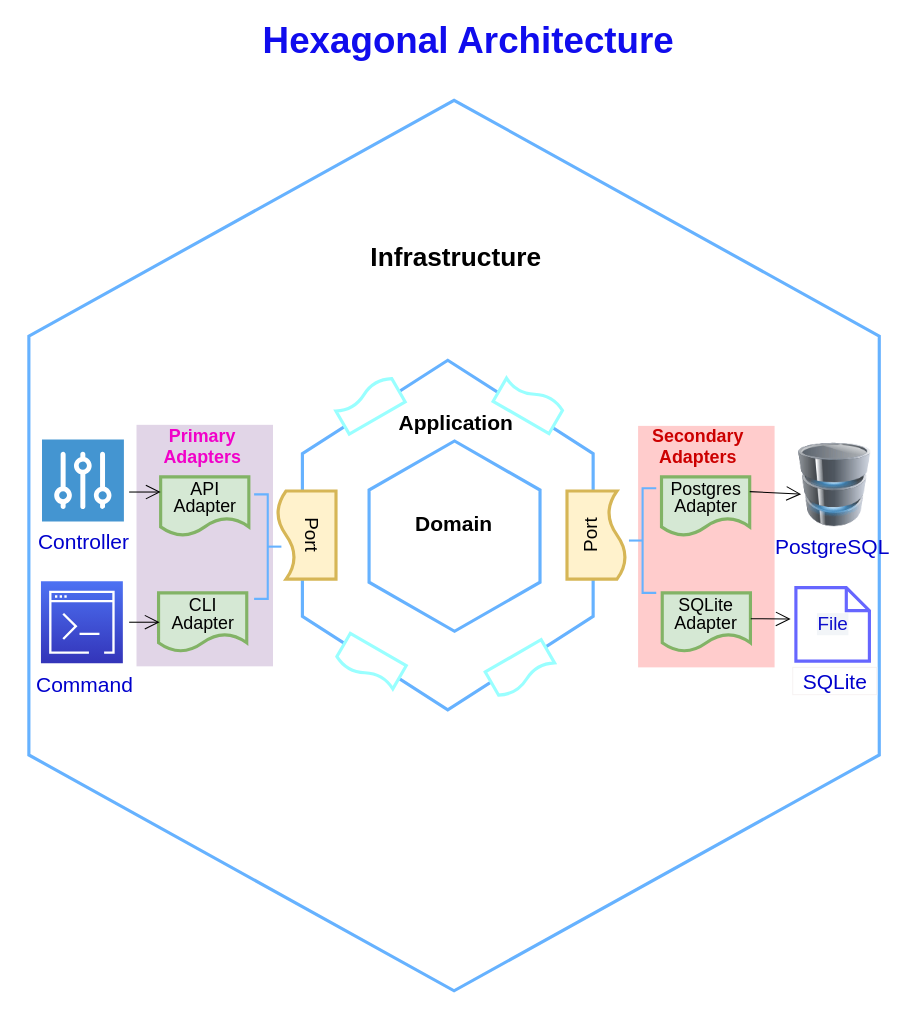
Above: page "hexagoanl" (2 of 2) of scrapper.drawio in shaam-codes/scrapper-docs (draw.io), before the change. Source tidied: cells renumbered, new cells numbered last; positions are measured from the earlier drawing's top-left corner, leaving out a move shared by most shapes. Both pictures are drawn from the tidied source at 105%, with x=0, y=0 at pixel (8, 17).
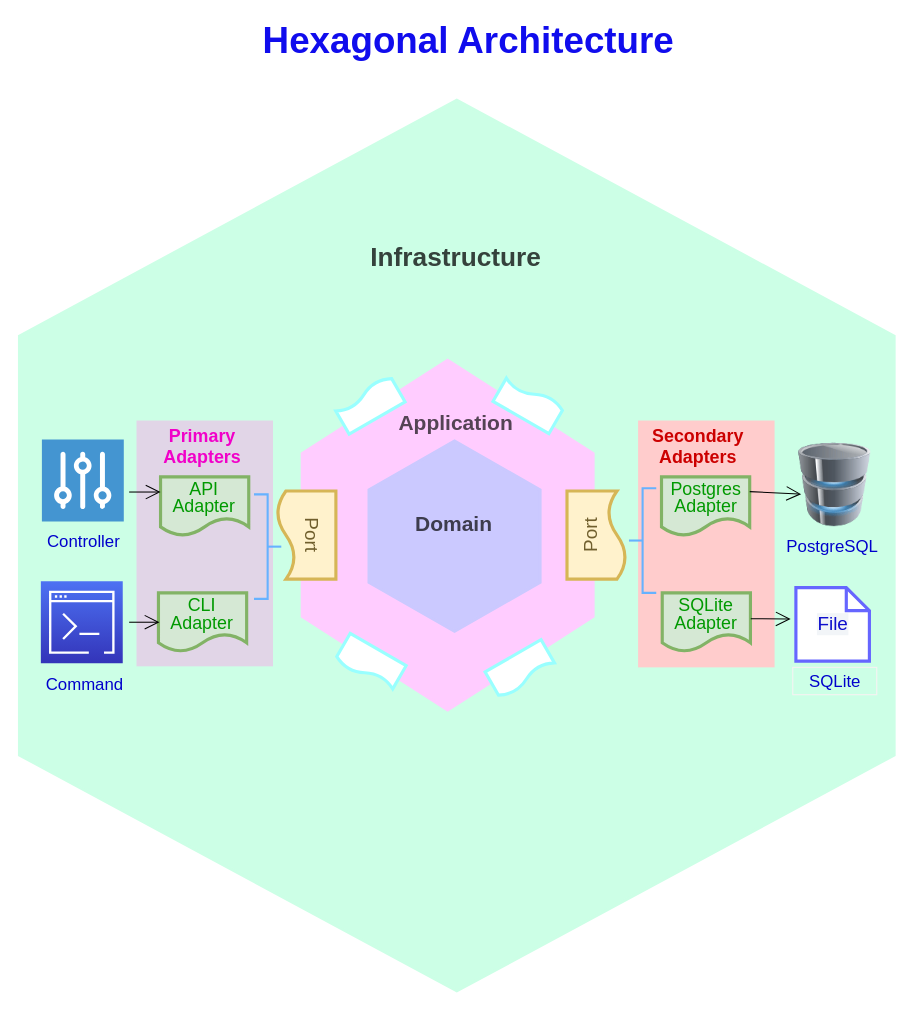
The same diagram, later.

Change to the diagram source:
```diff
@@
+    <mxCell id="5" style="shape=hexagon;perimeter=hexagonPerimeter2;whiteSpace=wrap;html=1;fixedSize=1;strokeColor=#CCFFE6;strokeWidth=3;fontSize=13;fillColor=#CCFFE6;gradientColor=none;rounded=0;rotation=90;size=224.57000000000016;" parent="1" vertex="1">
+      <mxGeometry x="2.5" y="86.6" width="848.1" height="832.9" as="geometry" />
+    </mxCell>
-    <mxCell id="2" style="group;" parent="1" vertex="1">
+    <mxCell id="2" style="group;fillColor=none;" parent="1" vertex="1">
       <mxGeometry x="19" y="79" width="809.9" height="848.1" as="geometry" />
     </mxCell>
+    <mxCell id="36" value="Hexagonal Architecture" style="text;align=center;fontStyle=1;verticalAlign=middle;spacingLeft=3;spacingRight=3;strokeColor=none;fontSize=35;fillColor=none;fontColor=#100ced;" parent="1" vertex="1">
+      <mxGeometry x="397.9" y="0.1" width="80" height="36" as="geometry" />
+    </mxCell>
+    <mxCell id="37" value="Command" style="text;align=center;fontStyle=0;verticalAlign=middle;spacingLeft=3;spacingRight=3;strokeColor=none;fontSize=16;fontColor=#0000CC;" parent="1" vertex="1">
+      <mxGeometry x="32.4" y="621.3" width="80" height="26" as="geometry" />
+    </mxCell>
-    <mxCell id="3" style="rounded=0;whiteSpace=wrap;html=1;strokeColor=none;strokeWidth=3;fontSize=17;fillColor=#ffcccc;" parent="2" vertex="1">
-      <mxGeometry x="580.2" y="310.1" width="130" height="230" as="geometry" />
+    <mxCell id="3" style="rounded=0;whiteSpace=wrap;html=1;strokeColor=none;strokeWidth=3;fontSize=17;fillColor=#ffcccc;" parent="1" vertex="1">
+      <mxGeometry x="599.2" y="384" width="130" height="235.1" as="geometry" />
     </mxCell>
-    <mxCell id="4" style="rounded=0;whiteSpace=wrap;html=1;strokeColor=none;strokeWidth=3;fontSize=17;fillColor=#e1d5e7;" parent="2" vertex="1">
-      <mxGeometry x="102.5" y="309.1" width="130" height="230" as="geometry" />
+    <mxCell id="4" style="rounded=0;whiteSpace=wrap;html=1;strokeColor=none;strokeWidth=3;fontSize=17;fillColor=#e1d5e7;" parent="1" vertex="1">
+      <mxGeometry x="121.5" y="384" width="130" height="234.1" as="geometry" />
     </mxCell>
-    <mxCell id="5" style="shape=hexagon;perimeter=hexagonPerimeter2;whiteSpace=wrap;html=1;fixedSize=1;strokeColor=#66B2FF;strokeWidth=3;fontSize=13;fillColor=none;gradientColor=none;rounded=0;rotation=90;size=224.57000000000016;" parent="2" vertex="1">
-      <mxGeometry x="-19.1" y="19.1" width="848.1" height="809.9" as="geometry" />
-    </mxCell>
-    <mxCell id="6" style="shape=hexagon;perimeter=hexagonPerimeter2;whiteSpace=wrap;html=1;fixedSize=1;strokeColor=#66B2FF;strokeWidth=3;fontSize=13;fillColor=none;gradientColor=none;rounded=0;rotation=90;size=88.92000000000007;" parent="2" vertex="1">
-      <mxGeometry x="232.5" y="275.6" width="332.9" height="276.9" as="geometry" />
+    <mxCell id="6" style="shape=hexagon;perimeter=hexagonPerimeter2;whiteSpace=wrap;html=1;fixedSize=1;strokeColor=#FFCCFF;strokeWidth=3;fontSize=13;fillColor=#FFCCFF;rounded=0;rotation=90;size=88.92000000000007;fontColor=#ffffff;" parent="1" vertex="1">
+      <mxGeometry x="251.4" y="354.6" width="332.9" height="276.9" as="geometry" />
     </mxCell>
-    <mxCell id="7" style="shape=hexagon;perimeter=hexagonPerimeter2;whiteSpace=wrap;html=1;fixedSize=1;strokeColor=#66B2FF;strokeWidth=3;fontSize=13;fillColor=none;gradientColor=none;rounded=0;rotation=90;size=46.700000000000045;" parent="2" vertex="1">
-      <mxGeometry x="314.8" y="333.7" width="181.2" height="162.8" as="geometry" />
+    <mxCell id="7" style="shape=hexagon;perimeter=hexagonPerimeter2;whiteSpace=wrap;html=1;fixedSize=1;strokeColor=#CBC9FF;strokeWidth=3;fontSize=13;fillColor=#CBC9FF;gradientColor=none;rounded=0;rotation=90;size=46.700000000000045;" parent="1" vertex="1">
+      <mxGeometry x="333.8" y="412.7" width="181.2" height="162.8" as="geometry" />
     </mxCell>
-    <mxCell id="8" value="Domain" style="text;align=center;fontStyle=1;verticalAlign=middle;spacingLeft=3;spacingRight=3;strokeColor=none;fontSize=20;" parent="2" vertex="1">
-      <mxGeometry x="365" y="388.7" width="80" height="26" as="geometry" />
+    <mxCell id="8" value="Domain" style="text;align=center;fontStyle=1;verticalAlign=middle;spacingLeft=3;spacingRight=3;strokeColor=none;fontSize=20;fontColor=#3D3C4D;" parent="1" vertex="1">
+      <mxGeometry x="383.9" y="467.7" width="80" height="26" as="geometry" />
     </mxCell>
-    <mxCell id="9" value="Application" style="text;align=center;fontStyle=1;verticalAlign=middle;spacingLeft=3;spacingRight=3;strokeColor=none;fontSize=20;" parent="2" vertex="1">
-      <mxGeometry x="367" y="287.1" width="80" height="36" as="geometry" />
+    <mxCell id="9" value="Application" style="text;align=center;fontStyle=1;verticalAlign=middle;spacingLeft=3;spacingRight=3;strokeColor=none;fontSize=20;fontColor=#544354;" parent="1" vertex="1">
+      <mxGeometry x="385.9" y="366.1" width="80" height="36" as="geometry" />
     </mxCell>
-    <mxCell id="10" value="&lt;p style=&quot;line-height: 100%; font-size: 17px;&quot;&gt;&lt;font style=&quot;font-size: 17px;&quot;&gt;API&lt;br&gt;Adapter&lt;/font&gt;&lt;/p&gt;" style="shape=document;whiteSpace=wrap;html=1;boundedLbl=1;rounded=0;strokeColor=#82b366;strokeWidth=3;fontSize=28;fillColor=#d5e8d4;" parent="2" vertex="1">
-      <mxGeometry x="125.5" y="358.7" width="84" height="56" as="geometry" />
+    <mxCell id="10" value="&lt;p style=&quot;line-height: 100%; font-size: 17px;&quot;&gt;&lt;font style=&quot;font-size: 17px;&quot;&gt;API&lt;br&gt;Adapter&lt;/font&gt;&lt;/p&gt;" style="shape=document;whiteSpace=wrap;html=1;boundedLbl=1;rounded=0;strokeColor=#82b366;strokeWidth=3;fontSize=28;fillColor=#d5e8d4;fontColor=#009900;" parent="1" vertex="1">
+      <mxGeometry x="144.4" y="437.7" width="84" height="56" as="geometry" />
     </mxCell>
-    <mxCell id="11" value="&lt;p style=&quot;line-height: 100%; font-size: 17px;&quot;&gt;&lt;font style=&quot;font-size: 17px;&quot;&gt;CLI&lt;br&gt;Adapter&lt;/font&gt;&lt;/p&gt;" style="shape=document;whiteSpace=wrap;html=1;boundedLbl=1;rounded=0;strokeColor=#82b366;strokeWidth=3;fontSize=28;fillColor=#d5e8d4;" parent="2" vertex="1">
-      <mxGeometry x="123.5" y="469.1" width="84" height="56" as="geometry" />
+    <mxCell id="11" value="&lt;p style=&quot;line-height: 100%; font-size: 17px;&quot;&gt;&lt;font color=&quot;#009900&quot; style=&quot;font-size: 17px;&quot;&gt;CLI&lt;br&gt;Adapter&lt;/font&gt;&lt;/p&gt;" style="shape=document;whiteSpace=wrap;html=1;boundedLbl=1;rounded=0;strokeColor=#82b366;strokeWidth=3;fontSize=28;fillColor=#d5e8d4;fontColor=#00CC00;" parent="1" vertex="1">
+      <mxGeometry x="142.4" y="548.1" width="84" height="56" as="geometry" />
     </mxCell>
-    <mxCell id="12" value="&lt;p style=&quot;line-height: 100%; font-size: 17px;&quot;&gt;&lt;font style=&quot;font-size: 17px;&quot;&gt;Postgres&lt;br&gt;Adapter&lt;/font&gt;&lt;/p&gt;" style="shape=document;whiteSpace=wrap;html=1;boundedLbl=1;rounded=0;strokeColor=#82b366;strokeWidth=3;fontSize=28;fillColor=#d5e8d4;" parent="2" vertex="1">
-      <mxGeometry x="602.5" y="358.7" width="84" height="56" as="geometry" />
+    <mxCell id="12" value="&lt;p style=&quot;line-height: 100%; font-size: 17px;&quot;&gt;&lt;font color=&quot;#009900&quot; style=&quot;font-size: 17px;&quot;&gt;Postgres&lt;br&gt;Adapter&lt;/font&gt;&lt;/p&gt;" style="shape=document;whiteSpace=wrap;html=1;boundedLbl=1;rounded=0;strokeColor=#82b366;strokeWidth=3;fontSize=28;fillColor=#d5e8d4;" parent="1" vertex="1">
+      <mxGeometry x="621.5" y="437.7" width="84" height="56" as="geometry" />
     </mxCell>
-    <mxCell id="13" value="&lt;p style=&quot;line-height: 100%; font-size: 17px;&quot;&gt;&lt;font style=&quot;font-size: 17px;&quot;&gt;SQLite&lt;br&gt;Adapter&lt;/font&gt;&lt;/p&gt;" style="shape=document;whiteSpace=wrap;html=1;boundedLbl=1;rounded=0;strokeColor=#82b366;strokeWidth=3;fontSize=28;fillColor=#d5e8d4;" parent="2" vertex="1">
-      <mxGeometry x="603.2" y="469.1" width="84" height="56" as="geometry" />
+    <mxCell id="13" value="&lt;p style=&quot;line-height: 100%; font-size: 17px;&quot;&gt;&lt;font color=&quot;#009900&quot; style=&quot;font-size: 17px;&quot;&gt;SQLite&lt;br&gt;Adapter&lt;/font&gt;&lt;/p&gt;" style="shape=document;whiteSpace=wrap;html=1;boundedLbl=1;rounded=0;strokeColor=#82b366;strokeWidth=3;fontSize=28;fillColor=#d5e8d4;" parent="1" vertex="1">
+      <mxGeometry x="622.2" y="548.1" width="84" height="56" as="geometry" />
     </mxCell>
-    <mxCell id="14" value="&lt;font style=&quot;font-size: 18px;&quot;&gt;Port&lt;br&gt;&lt;/font&gt;" style="shape=document;whiteSpace=wrap;html=1;boundedLbl=1;rounded=0;strokeColor=#d6b656;strokeWidth=3;fontSize=28;fillColor=#fff2cc;rotation=90;" parent="2" vertex="1">
-      <mxGeometry x="222.5" y="386.1" width="84" height="56" as="geometry" />
+    <mxCell id="14" value="&lt;font style=&quot;font-size: 18px;&quot;&gt;&lt;font color=&quot;#705f2d&quot;&gt;Port&lt;/font&gt;&lt;br&gt;&lt;/font&gt;" style="shape=document;whiteSpace=wrap;html=1;boundedLbl=1;rounded=0;strokeColor=#d6b656;strokeWidth=3;fontSize=28;fillColor=#fff2cc;rotation=90;" parent="1" vertex="1">
+      <mxGeometry x="241.4" y="465.1" width="84" height="56" as="geometry" />
     </mxCell>
-    <mxCell id="15" value="&lt;font style=&quot;font-size: 18px;&quot;&gt;Port&lt;br&gt;&lt;/font&gt;" style="shape=document;whiteSpace=wrap;html=1;boundedLbl=1;rounded=0;strokeColor=#d6b656;strokeWidth=3;fontSize=28;fillColor=#fff2cc;rotation=-90;" parent="2" vertex="1">
-      <mxGeometry x="498.5" y="386.1" width="84" height="56" as="geometry" />
+    <mxCell id="15" value="&lt;font style=&quot;font-size: 18px;&quot;&gt;&lt;font color=&quot;#705f2d&quot;&gt;Port&lt;/font&gt;&lt;br&gt;&lt;/font&gt;" style="shape=document;whiteSpace=wrap;html=1;boundedLbl=1;rounded=0;strokeColor=#d6b656;strokeWidth=3;fontSize=28;fillColor=#fff2cc;rotation=-90;" parent="1" vertex="1">
+      <mxGeometry x="517.5" y="465.1" width="84" height="56" as="geometry" />
     </mxCell>
-    <mxCell id="16" value="Infrastructure" style="text;align=center;fontStyle=1;verticalAlign=middle;spacingLeft=3;spacingRight=3;strokeColor=none;fontSize=25;" parent="2" vertex="1">
-      <mxGeometry x="367" y="129.1" width="80" height="36" as="geometry" />
+    <mxCell id="16" value="Infrastructure" style="text;align=center;fontStyle=1;verticalAlign=middle;spacingLeft=3;spacingRight=3;strokeColor=none;fontSize=25;fontColor=#35423C;" parent="1" vertex="1">
+      <mxGeometry x="385.9" y="208.1" width="80" height="36" as="geometry" />
     </mxCell>
-    <mxCell id="17" value="Primary&#10;Adapters" style="text;align=center;fontStyle=1;verticalAlign=middle;spacingLeft=3;spacingRight=3;strokeColor=none;fontSize=17;fontColor=#F100C9;" parent="2" vertex="1">
-      <mxGeometry x="125.5" y="315.1" width="80" height="26" as="geometry" />
+    <mxCell id="17" value="Primary&#10;Adapters" style="text;align=center;fontStyle=1;verticalAlign=middle;spacingLeft=3;spacingRight=3;strokeColor=none;fontSize=17;fontColor=#F100C9;" parent="1" vertex="1">
+      <mxGeometry x="144.4" y="394.1" width="80" height="26" as="geometry" />
     </mxCell>
-    <mxCell id="18" value="Secondary&#10;Adapters" style="text;align=center;fontStyle=1;verticalAlign=middle;spacingLeft=3;spacingRight=3;strokeColor=none;fontSize=17;fontColor=#CC0000;" parent="2" vertex="1">
-      <mxGeometry x="597.5" y="315.1" width="80" height="26" as="geometry" />
+    <mxCell id="18" value="Secondary&#10;Adapters" style="text;align=center;fontStyle=1;verticalAlign=middle;spacingLeft=3;spacingRight=3;strokeColor=none;fontSize=17;fontColor=#CC0000;" parent="1" vertex="1">
+      <mxGeometry x="616.5" y="394.1" width="80" height="26" as="geometry" />
     </mxCell>
-    <mxCell id="19" style="strokeWidth=2;html=1;shape=mxgraph.flowchart.annotation_2;align=left;labelPosition=right;rounded=0;labelBackgroundColor=#99CCFF;strokeColor=#66B2FF;fontSize=17;fontColor=#F10707;fillColor=#CCE5FF;gradientColor=none;" parent="2" vertex="1">
-      <mxGeometry x="571.5" y="369.5" width="26" height="99.6" as="geometry" />
+    <mxCell id="19" style="strokeWidth=2;html=1;shape=mxgraph.flowchart.annotation_2;align=left;labelPosition=right;rounded=0;labelBackgroundColor=#99CCFF;strokeColor=#66B2FF;fontSize=17;fontColor=#F10707;fillColor=#CCE5FF;gradientColor=none;" parent="1" vertex="1">
+      <mxGeometry x="590.5" y="448.5" width="26" height="99.6" as="geometry" />
     </mxCell>
-    <mxCell id="20" style="strokeWidth=2;html=1;shape=mxgraph.flowchart.annotation_2;align=left;labelPosition=right;rounded=0;labelBackgroundColor=#99CCFF;strokeColor=#66B2FF;fontSize=17;fontColor=#F10707;fillColor=#CCE5FF;gradientColor=none;rotation=-180;" parent="2" vertex="1">
-      <mxGeometry x="214.5" y="375.3" width="26" height="99.6" as="geometry" />
+    <mxCell id="20" style="strokeWidth=2;html=1;shape=mxgraph.flowchart.annotation_2;align=left;labelPosition=right;rounded=0;labelBackgroundColor=#99CCFF;strokeColor=#66B2FF;fontSize=17;fontColor=#F10707;fillColor=#CCE5FF;gradientColor=none;rotation=-180;" parent="1" vertex="1">
+      <mxGeometry x="233.4" y="454.3" width="26" height="99.6" as="geometry" />
     </mxCell>
-    <mxCell id="21" value="&lt;font style=&quot;&quot;&gt;&lt;br&gt;&lt;/font&gt;" style="shape=document;whiteSpace=wrap;html=1;boundedLbl=1;rounded=0;strokeColor=#99FFFF;strokeWidth=3;fontSize=28;fillColor=default;rotation=-210;fixDash=0;backgroundOutline=0;movableLabel=1;" parent="2" vertex="1">
-      <mxGeometry x="293.5" y="274.6" width="61.5" height="30" as="geometry">
+    <mxCell id="21" value="&lt;font style=&quot;&quot;&gt;&lt;br&gt;&lt;/font&gt;" style="shape=document;whiteSpace=wrap;html=1;boundedLbl=1;rounded=0;strokeColor=#99FFFF;strokeWidth=3;fontSize=28;fillColor=default;rotation=-210;fixDash=0;backgroundOutline=0;movableLabel=1;" parent="1" vertex="1">
+      <mxGeometry x="312.4" y="353.6" width="61.5" height="30" as="geometry">
         <mxPoint x="5" y="-8.7" as="offset" />
       </mxGeometry>
     </mxCell>
-    <mxCell id="22" value="&lt;font style=&quot;&quot;&gt;&lt;br&gt;&lt;/font&gt;" style="shape=document;whiteSpace=wrap;html=1;boundedLbl=1;rounded=0;strokeColor=#99FFFF;strokeWidth=3;fontSize=28;fillColor=default;rotation=30;fixDash=0;backgroundOutline=0;movableLabel=1;" parent="2" vertex="1">
-      <mxGeometry x="294.5" y="521.1" width="61.5" height="30" as="geometry">
+    <mxCell id="22" value="&lt;font style=&quot;&quot;&gt;&lt;br&gt;&lt;/font&gt;" style="shape=document;whiteSpace=wrap;html=1;boundedLbl=1;rounded=0;strokeColor=#99FFFF;strokeWidth=3;fontSize=28;fillColor=default;rotation=30;fixDash=0;backgroundOutline=0;movableLabel=1;" parent="1" vertex="1">
+      <mxGeometry x="313.4" y="600.1" width="61.5" height="30" as="geometry">
         <mxPoint x="5" y="-8.7" as="offset" />
       </mxGeometry>
     </mxCell>
-    <mxCell id="23" value="&lt;font style=&quot;&quot;&gt;&lt;br&gt;&lt;/font&gt;" style="shape=document;whiteSpace=wrap;html=1;boundedLbl=1;rounded=0;strokeColor=#99FFFF;strokeWidth=3;fontSize=28;fillColor=default;rotation=-30;fixDash=0;backgroundOutline=0;movableLabel=1;" parent="2" vertex="1">
-      <mxGeometry x="438" y="527.1" width="61.5" height="30" as="geometry">
+    <mxCell id="23" value="&lt;font style=&quot;&quot;&gt;&lt;br&gt;&lt;/font&gt;" style="shape=document;whiteSpace=wrap;html=1;boundedLbl=1;rounded=0;strokeColor=#99FFFF;strokeWidth=3;fontSize=28;fillColor=default;rotation=-30;fixDash=0;backgroundOutline=0;movableLabel=1;" parent="1" vertex="1">
+      <mxGeometry x="456.9" y="606.1" width="61.5" height="30" as="geometry">
         <mxPoint x="5" y="-8.7" as="offset" />
       </mxGeometry>
     </mxCell>
-    <mxCell id="24" value="&lt;font style=&quot;&quot;&gt;&lt;br&gt;&lt;/font&gt;" style="shape=document;whiteSpace=wrap;html=1;boundedLbl=1;rounded=0;strokeColor=#99FFFF;strokeWidth=3;fontSize=28;fillColor=default;rotation=-150;fixDash=0;backgroundOutline=0;movableLabel=1;" parent="2" vertex="1">
-      <mxGeometry x="445.5" y="274.1" width="61.5" height="30" as="geometry">
+    <mxCell id="24" value="&lt;font style=&quot;&quot;&gt;&lt;br&gt;&lt;/font&gt;" style="shape=document;whiteSpace=wrap;html=1;boundedLbl=1;rounded=0;strokeColor=#99FFFF;strokeWidth=3;fontSize=28;fillColor=default;rotation=-150;fixDash=0;backgroundOutline=0;movableLabel=1;" parent="1" vertex="1">
+      <mxGeometry x="464.4" y="353.1" width="61.5" height="30" as="geometry">
         <mxPoint x="5" y="-8.7" as="offset" />
       </mxGeometry>
     </mxCell>
-    <mxCell id="25" style="sketch=0;fontColor=#232F3E;gradientColor=#4D72F3;gradientDirection=north;fillColor=#3334B9;strokeColor=#ffffff;dashed=0;verticalLabelPosition=bottom;verticalAlign=top;align=center;html=1;fontSize=12;fontStyle=0;shape=mxgraph.aws4.resourceIcon;resIcon=mxgraph.aws4.command_line_interface;rounded=0;labelBackgroundColor=#f2f5f8;strokeWidth=3;" parent="2" vertex="1">
-      <mxGeometry x="11.5" y="458.1" width="78" height="78" as="geometry" />
+    <mxCell id="25" style="sketch=0;fontColor=#232F3E;gradientColor=#4D72F3;gradientDirection=north;fillColor=#3334B9;strokeColor=#ffffff;dashed=0;verticalLabelPosition=bottom;verticalAlign=top;align=center;html=1;fontSize=12;fontStyle=0;shape=mxgraph.aws4.resourceIcon;resIcon=mxgraph.aws4.command_line_interface;rounded=0;labelBackgroundColor=#f2f5f8;strokeWidth=3;" parent="1" vertex="1">
+      <mxGeometry x="30.4" y="537.1" width="78" height="78" as="geometry" />
     </mxCell>
-    <mxCell id="26" style="shadow=0;dashed=0;html=1;strokeColor=none;fillColor=#4495D1;labelPosition=center;verticalLabelPosition=bottom;verticalAlign=top;align=center;shape=mxgraph.veeam.controller;rounded=0;labelBackgroundColor=#f2f5f8;strokeWidth=3;fontSize=18;fontColor=#0E0ECC;" parent="2" vertex="1">
-      <mxGeometry x="12.5" y="323.1" width="78" height="78" as="geometry" />
+    <mxCell id="26" style="shadow=0;dashed=0;html=1;strokeColor=none;fillColor=#4495D1;labelPosition=center;verticalLabelPosition=bottom;verticalAlign=top;align=center;shape=mxgraph.veeam.controller;rounded=0;labelBackgroundColor=#f2f5f8;strokeWidth=3;fontSize=18;fontColor=#0E0ECC;" parent="1" vertex="1">
+      <mxGeometry x="31.4" y="402.1" width="78" height="78" as="geometry" />
     </mxCell>
-    <mxCell id="27" style="image;html=1;image=img/lib/clip_art/computers/Database_128x128.png;rounded=0;labelBackgroundColor=#f2f5f8;strokeColor=#6666FF;strokeWidth=3;fontSize=18;fontColor=#0E0ECC;fillColor=default;gradientColor=none;" parent="2" vertex="1">
-      <mxGeometry x="727.5" y="326.1" width="80" height="80" as="geometry" />
+    <mxCell id="27" style="image;html=1;image=img/lib/clip_art/computers/Database_128x128.png;rounded=0;labelBackgroundColor=#f2f5f8;strokeColor=#6666FF;strokeWidth=3;fontSize=18;fontColor=#0E0ECC;fillColor=default;gradientColor=none;" parent="1" vertex="1">
+      <mxGeometry x="746.5" y="405.1" width="80" height="80" as="geometry" />
     </mxCell>
-    <mxCell id="28" value="File" style="shape=note;size=22;whiteSpace=wrap;html=1;rounded=0;labelBackgroundColor=#f2f5f8;strokeColor=#6666FF;strokeWidth=3;fontSize=18;fontColor=#0E0ECC;fillColor=default;gradientColor=none;" parent="2" vertex="1">
-      <mxGeometry x="730.5" y="464.1" width="70" height="70" as="geometry" />
+    <mxCell id="28" value="File" style="shape=note;size=22;whiteSpace=wrap;html=1;rounded=0;labelBackgroundColor=#f2f5f8;strokeColor=#6666FF;strokeWidth=3;fontSize=18;fontColor=#0E0ECC;fillColor=default;gradientColor=none;" parent="1" vertex="1">
+      <mxGeometry x="749.5" y="543.1" width="70" height="70" as="geometry" />
     </mxCell>
-    <mxCell id="29" style="endArrow=open;endFill=1;endSize=12;html=1;rounded=0;fontSize=18;fontColor=#0E0ECC;" parent="2" edge="1">
+    <mxCell id="29" style="endArrow=open;endFill=1;endSize=12;html=1;rounded=0;fontSize=18;fontColor=#0E0ECC;" parent="1" edge="1">
       <mxGeometry relative="1" as="geometry">
-        <mxPoint x="95.5" y="373.1" as="sourcePoint" />
-        <mxPoint x="125.5" y="373.1" as="targetPoint" />
+        <mxPoint x="114.5" y="452.1" as="sourcePoint" />
+        <mxPoint x="144.4" y="452.1" as="targetPoint" />
       </mxGeometry>
     </mxCell>
-    <mxCell id="30" style="endArrow=open;endFill=1;endSize=12;html=1;rounded=0;fontSize=18;fontColor=#0E0ECC;" parent="2" edge="1">
+    <mxCell id="30" style="endArrow=open;endFill=1;endSize=12;html=1;rounded=0;fontSize=18;fontColor=#0E0ECC;" parent="1" edge="1">
       <mxGeometry relative="1" as="geometry">
-        <mxPoint x="95.5" y="497.1" as="sourcePoint" />
-        <mxPoint x="124.5" y="497.1" as="targetPoint" />
+        <mxPoint x="114.5" y="576.1" as="sourcePoint" />
+        <mxPoint x="143.4" y="576.1" as="targetPoint" />
       </mxGeometry>
     </mxCell>
-    <mxCell id="31" style="endArrow=open;endFill=1;endSize=12;html=1;rounded=0;fontSize=18;fontColor=#0E0ECC;exitX=1;exitY=0.25;exitDx=0;exitDy=0;" parent="2" edge="1" source="12">
+    <mxCell id="31" style="endArrow=open;endFill=1;endSize=12;html=1;rounded=0;fontSize=18;fontColor=#0E0ECC;exitX=1;exitY=0.25;exitDx=0;exitDy=0;" parent="1" edge="1" source="12">
       <mxGeometry relative="1" as="geometry">
-        <mxPoint x="735.5" y="375.1" as="targetPoint" />
+        <mxPoint x="754.5" y="454.1" as="targetPoint" />
       </mxGeometry>
     </mxCell>
-    <mxCell id="32" style="endArrow=open;endFill=1;endSize=12;html=1;rounded=0;fontSize=18;fontColor=#0E0ECC;exitX=1;exitY=0.25;exitDx=0;exitDy=0;" parent="2" edge="1">
+    <mxCell id="32" style="endArrow=open;endFill=1;endSize=12;html=1;rounded=0;fontSize=18;fontColor=#0E0ECC;exitX=1;exitY=0.25;exitDx=0;exitDy=0;" parent="1" edge="1">
       <mxGeometry relative="1" as="geometry">
-        <mxPoint x="687.5" y="493.7" as="sourcePoint" />
-        <mxPoint x="725.5" y="494.1" as="targetPoint" />
+        <mxPoint x="706.5" y="572.7" as="sourcePoint" />
+        <mxPoint x="744.5" y="573.1" as="targetPoint" />
       </mxGeometry>
     </mxCell>
-    <mxCell id="33" value="Controller" style="text;align=center;fontStyle=0;verticalAlign=middle;spacingLeft=3;spacingRight=3;strokeColor=none;fontSize=20;fontColor=#0000CC;" parent="2" vertex="1">
-      <mxGeometry x="12.5" y="406.3" width="80" height="26" as="geometry" />
+    <mxCell id="33" value="Controller" style="text;align=center;fontStyle=0;verticalAlign=middle;spacingLeft=3;spacingRight=3;strokeColor=none;fontSize=16;fontColor=#0000CC;" parent="1" vertex="1">
+      <mxGeometry x="31.4" y="485.3" width="80" height="26" as="geometry" />
     </mxCell>
-    <mxCell id="34" value="PostgreSQL" style="text;align=center;fontStyle=0;verticalAlign=middle;spacingLeft=3;spacingRight=3;strokeColor=none;fontSize=20;fontColor=#0000CC;" parent="2" vertex="1">
-      <mxGeometry x="725.5" y="411.1" width="80" height="26" as="geometry" />
+    <mxCell id="34" value="PostgreSQL" style="text;align=center;fontStyle=0;verticalAlign=middle;spacingLeft=3;spacingRight=3;strokeColor=none;fontSize=16;fontColor=#0000CC;" parent="1" vertex="1">
+      <mxGeometry x="744.5" y="490.1" width="80" height="26" as="geometry" />
     </mxCell>
-    <mxCell id="35" value="SQLite" style="text;align=center;fontStyle=0;verticalAlign=middle;spacingLeft=3;spacingRight=3;strokeColor=#f7f2f2;fontSize=20;fontColor=#0000CC;labelBackgroundColor=none;labelBorderColor=none;whiteSpace=wrap;" parent="2" vertex="1">
-      <mxGeometry x="727.5" y="540.1" width="80" height="26" as="geometry" />
+    <mxCell id="35" value="SQLite" style="text;align=center;fontStyle=0;verticalAlign=middle;spacingLeft=3;spacingRight=3;strokeColor=#f7f2f2;fontSize=16;fontColor=#0000CC;labelBackgroundColor=none;labelBorderColor=none;whiteSpace=wrap;" parent="1" vertex="1">
+      <mxGeometry x="746.5" y="619.1" width="80" height="26" as="geometry" />
     </mxCell>
-    <mxCell id="36" value="Hexagonal Architecture" style="text;align=center;fontStyle=1;verticalAlign=middle;spacingLeft=3;spacingRight=3;strokeColor=none;fontSize=35;fillColor=none;fontColor=#100ced;" parent="1" vertex="1">
-      <mxGeometry x="397.9" y="0.1" width="80" height="36" as="geometry" />
-    </mxCell>
-    <mxCell id="37" value="Command" style="text;align=center;fontStyle=0;verticalAlign=middle;spacingLeft=3;spacingRight=3;strokeColor=none;fontSize=20;fontColor=#0000CC;" parent="1" vertex="1">
-      <mxGeometry x="32.4" y="621.3" width="80" height="26" as="geometry" />
-    </mxCell>
```
